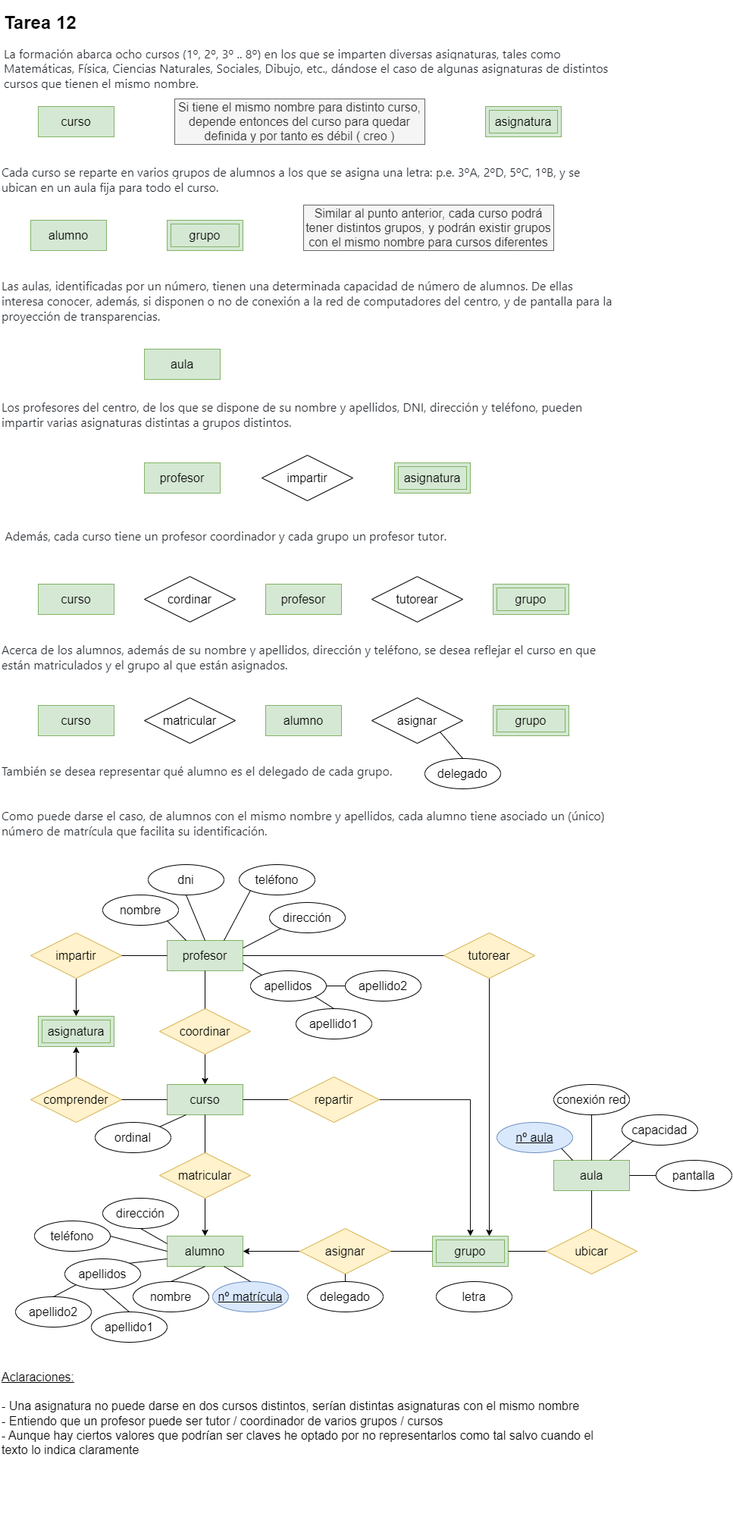
This is tareasER/tarea12.png from javigh193/bae, a draw.io export, as it was before one commit. Source tidied: cells renumbered, new cells last; positions are measured from the earlier drawing's top-left corner, leaving out a move shared by most shapes.
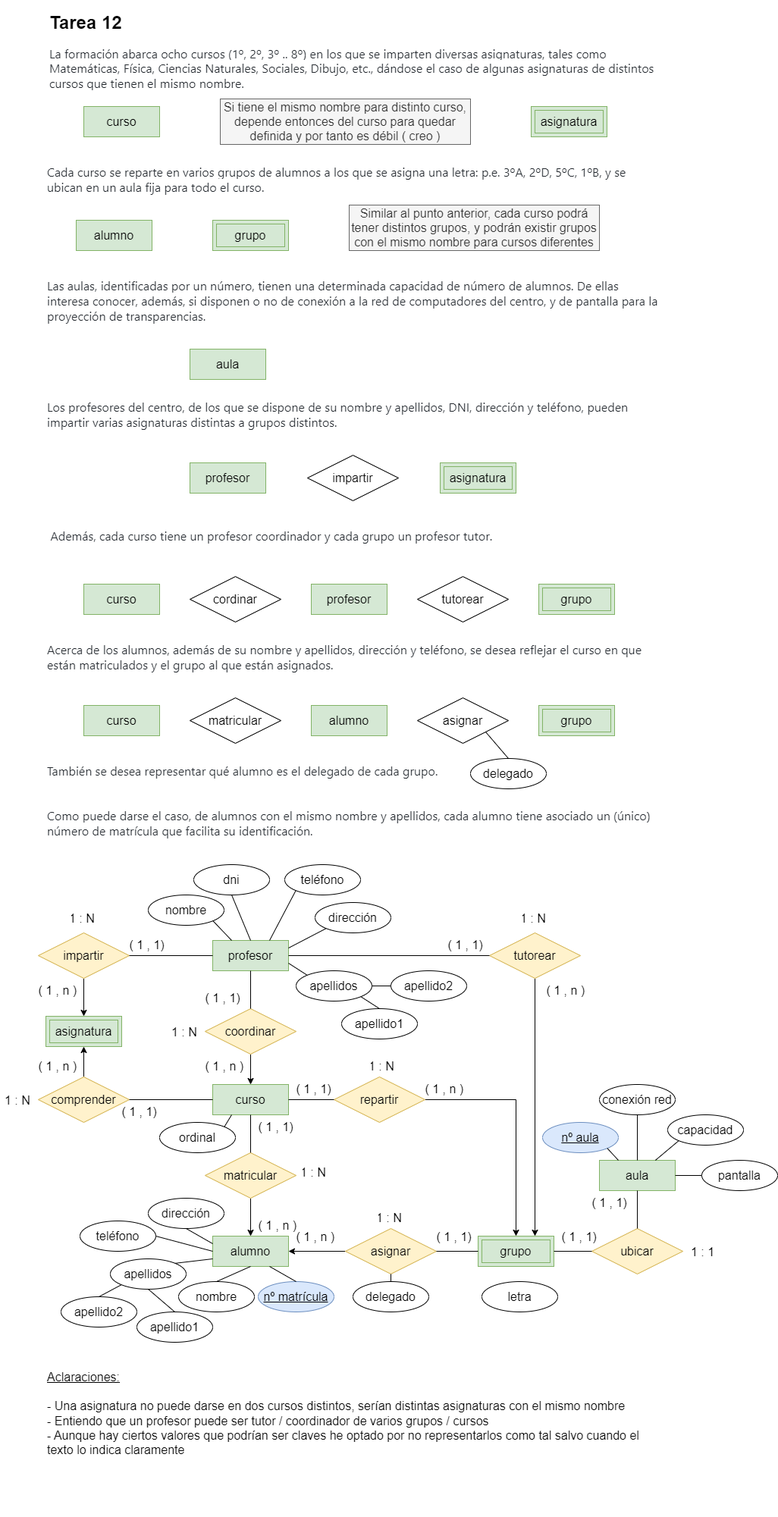
Later version of the same file.

What changed in the source:
```diff
@@ -105,13 +105,13 @@
       <mxGeometry x="520" y="600" width="100" height="40" as="geometry" />
     </mxCell>
     <mxCell id="36" value="asignatura" style="shape=ext;margin=3;double=1;whiteSpace=wrap;html=1;align=center;fontSize=16;fillColor=#d5e8d4;strokeColor=#82b366;" parent="1" vertex="1">
-      <mxGeometry x="50" y="1330" width="100" height="40" as="geometry" />
+      <mxGeometry y="1330" width="100" height="40" as="geometry" />
     </mxCell>
     <mxCell id="37" style="edgeStyle=orthogonalEdgeStyle;rounded=0;jettySize=auto;html=1;entryX=0.5;entryY=1;entryDx=0;entryDy=0;fontSize=16;" parent="1" edge="1" source="38" target="36">
       <mxGeometry relative="1" as="geometry" />
     </mxCell>
     <mxCell id="38" value="comprender" style="shape=rhombus;perimeter=rhombusPerimeter;whiteSpace=wrap;html=1;align=center;fontSize=16;fillColor=#fff2cc;strokeColor=#d6b656;" parent="1" vertex="1">
-      <mxGeometry x="40" y="1410" width="120" height="60" as="geometry" />
+      <mxGeometry x="-10" y="1410" width="120" height="60" as="geometry" />
     </mxCell>
     <mxCell id="39" style="edgeStyle=orthogonalEdgeStyle;rounded=0;jettySize=auto;html=1;fontSize=16;" parent="1" edge="1" source="40" target="44">
       <mxGeometry relative="1" as="geometry" />
@@ -147,7 +147,7 @@
       <mxGeometry relative="1" as="geometry" />
     </mxCell>
     <mxCell id="50" value="impartir" style="shape=rhombus;perimeter=rhombusPerimeter;whiteSpace=wrap;html=1;align=center;fontSize=16;fillColor=#fff2cc;strokeColor=#d6b656;" parent="1" vertex="1">
-      <mxGeometry x="40" y="1220" width="120" height="60" as="geometry" />
+      <mxGeometry x="-10" y="1220" width="120" height="60" as="geometry" />
     </mxCell>
     <mxCell id="51" style="edgeStyle=orthogonalEdgeStyle;rounded=0;jettySize=auto;html=1;entryX=0.5;entryY=0;entryDx=0;entryDy=0;fontSize=16;" parent="1" edge="1" source="52" target="31">
       <mxGeometry relative="1" as="geometry" />
@@ -234,7 +234,7 @@
       <mxGeometry relative="1" as="geometry" />
     </mxCell>
     <mxCell id="79" value="ordinal" style="ellipse;whiteSpace=wrap;html=1;align=center;sketch=0;fontSize=16;fontStyle=0;" parent="1" vertex="1">
-      <mxGeometry x="125" y="1470" width="100" height="40" as="geometry" />
+      <mxGeometry x="150" y="1470" width="100" height="40" as="geometry" />
     </mxCell>
     <mxCell id="80" style="endArrow=none;html=1;rounded=0;fontSize=16;exitX=1;exitY=0;exitDx=0;exitDy=0;" parent="1" edge="1" source="79">
       <mxGeometry relative="1" as="geometry">
@@ -310,5 +310,77 @@
     <mxCell id="103" style="endArrow=none;html=1;rounded=0;fontSize=16;exitX=1;exitY=1;exitDx=0;exitDy=0;entryX=0.25;entryY=0;entryDx=0;entryDy=0;" parent="1" edge="1" source="90" target="48">
       <mxGeometry relative="1" as="geometry" />
     </mxCell>
+    <mxCell id="104" value=" ( 1 , 1)" style="text;strokeColor=none;fillColor=none;spacingLeft=4;spacingRight=4;overflow=hidden;fontSize=16;sketch=0;" parent="1" vertex="1">
+      <mxGeometry x="90" y="1440" width="70" height="30" as="geometry" />
+    </mxCell>
+    <mxCell id="105" value=" ( 1 , 1)" style="text;strokeColor=none;fillColor=none;spacingLeft=4;spacingRight=4;overflow=hidden;fontSize=16;sketch=0;" parent="1" vertex="1">
+      <mxGeometry x="710" y="1560" width="70" height="30" as="geometry" />
+    </mxCell>
+    <mxCell id="106" value=" ( 1 , 1)" style="text;strokeColor=none;fillColor=none;spacingLeft=4;spacingRight=4;overflow=hidden;fontSize=16;sketch=0;" parent="1" vertex="1">
+      <mxGeometry x="670" y="1605" width="70" height="30" as="geometry" />
+    </mxCell>
+    <mxCell id="107" value=" ( 1 , 1)" style="text;strokeColor=none;fillColor=none;spacingLeft=4;spacingRight=4;overflow=hidden;fontSize=16;sketch=0;" parent="1" vertex="1">
+      <mxGeometry x="520" y="1220" width="70" height="30" as="geometry" />
+    </mxCell>
+    <mxCell id="108" value=" ( 1 , 1)" style="text;strokeColor=none;fillColor=none;spacingLeft=4;spacingRight=4;overflow=hidden;fontSize=16;sketch=0;" parent="1" vertex="1">
+      <mxGeometry x="100" y="1220" width="70" height="30" as="geometry" />
+    </mxCell>
+    <mxCell id="109" value=" ( 1 , 1)" style="text;strokeColor=none;fillColor=none;spacingLeft=4;spacingRight=4;overflow=hidden;fontSize=16;sketch=0;" parent="1" vertex="1">
+      <mxGeometry x="270" y="1460" width="70" height="30" as="geometry" />
+    </mxCell>
+    <mxCell id="110" value=" ( 1 , 1)" style="text;strokeColor=none;fillColor=none;spacingLeft=4;spacingRight=4;overflow=hidden;fontSize=16;sketch=0;" parent="1" vertex="1">
+      <mxGeometry x="505" y="1605" width="70" height="30" as="geometry" />
+    </mxCell>
+    <mxCell id="111" value=" ( 1 , 1)" style="text;strokeColor=none;fillColor=none;spacingLeft=4;spacingRight=4;overflow=hidden;fontSize=16;sketch=0;" parent="1" vertex="1">
+      <mxGeometry x="200" y="1290" width="70" height="30" as="geometry" />
+    </mxCell>
+    <mxCell id="112" value=" ( 1 , 1)" style="text;strokeColor=none;fillColor=none;spacingLeft=4;spacingRight=4;overflow=hidden;fontSize=16;sketch=0;" parent="1" vertex="1">
+      <mxGeometry x="320" y="1410" width="70" height="30" as="geometry" />
+    </mxCell>
+    <mxCell id="113" value=" ( 1 , n )" style="text;strokeColor=none;fillColor=none;spacingLeft=4;spacingRight=4;overflow=hidden;fontSize=16;sketch=0;" parent="1" vertex="1">
+      <mxGeometry x="320" y="1605" width="70" height="30" as="geometry" />
+    </mxCell>
+    <mxCell id="114" value=" ( 1 , n )" style="text;strokeColor=none;fillColor=none;spacingLeft=4;spacingRight=4;overflow=hidden;fontSize=16;sketch=0;" parent="1" vertex="1">
+      <mxGeometry x="490" y="1410" width="70" height="30" as="geometry" />
+    </mxCell>
+    <mxCell id="115" value=" ( 1 , n )" style="text;strokeColor=none;fillColor=none;spacingLeft=4;spacingRight=4;overflow=hidden;fontSize=16;sketch=0;" parent="1" vertex="1">
+      <mxGeometry x="-20" y="1380" width="70" height="30" as="geometry" />
+    </mxCell>
+    <mxCell id="116" value=" ( 1 , n )" style="text;strokeColor=none;fillColor=none;spacingLeft=4;spacingRight=4;overflow=hidden;fontSize=16;sketch=0;" parent="1" vertex="1">
+      <mxGeometry x="-20" y="1280" width="70" height="30" as="geometry" />
+    </mxCell>
+    <mxCell id="117" value=" ( 1 , n )" style="text;strokeColor=none;fillColor=none;spacingLeft=4;spacingRight=4;overflow=hidden;fontSize=16;sketch=0;" parent="1" vertex="1">
+      <mxGeometry x="270" y="1590" width="70" height="30" as="geometry" />
+    </mxCell>
+    <mxCell id="118" value=" ( 1 , n )" style="text;strokeColor=none;fillColor=none;spacingLeft=4;spacingRight=4;overflow=hidden;fontSize=16;sketch=0;" parent="1" vertex="1">
+      <mxGeometry x="200" y="1380" width="70" height="30" as="geometry" />
+    </mxCell>
+    <mxCell id="119" value=" ( 1 , n )" style="text;strokeColor=none;fillColor=none;spacingLeft=4;spacingRight=4;overflow=hidden;fontSize=16;sketch=0;" parent="1" vertex="1">
+      <mxGeometry x="650" y="1280" width="70" height="30" as="geometry" />
+    </mxCell>
+    <mxCell id="120" value="1 : N" style="text;strokeColor=none;fillColor=none;spacingLeft=4;spacingRight=4;overflow=hidden;fontSize=16;sketch=0;" parent="1" vertex="1">
+      <mxGeometry x="330" y="1520" width="50" height="30" as="geometry" />
+    </mxCell>
+    <mxCell id="121" value="1 : 1" style="text;strokeColor=none;fillColor=none;spacingLeft=4;spacingRight=4;overflow=hidden;fontSize=16;sketch=0;" parent="1" vertex="1">
+      <mxGeometry x="845" y="1625" width="50" height="30" as="geometry" />
+    </mxCell>
+    <mxCell id="122" value="1 : N" style="text;strokeColor=none;fillColor=none;spacingLeft=4;spacingRight=4;overflow=hidden;fontSize=16;sketch=0;" parent="1" vertex="1">
+      <mxGeometry x="160" y="1335" width="50" height="30" as="geometry" />
+    </mxCell>
+    <mxCell id="123" value="1 : N" style="text;strokeColor=none;fillColor=none;spacingLeft=4;spacingRight=4;overflow=hidden;fontSize=16;sketch=0;" parent="1" vertex="1">
+      <mxGeometry x="25" y="1185" width="50" height="30" as="geometry" />
+    </mxCell>
+    <mxCell id="124" value="1 : N" style="text;strokeColor=none;fillColor=none;spacingLeft=4;spacingRight=4;overflow=hidden;fontSize=16;sketch=0;" parent="1" vertex="1">
+      <mxGeometry x="620" y="1185" width="50" height="30" as="geometry" />
+    </mxCell>
+    <mxCell id="125" value="1 : N" style="text;strokeColor=none;fillColor=none;spacingLeft=4;spacingRight=4;overflow=hidden;fontSize=16;sketch=0;" parent="1" vertex="1">
+      <mxGeometry x="430" y="1580" width="50" height="30" as="geometry" />
+    </mxCell>
+    <mxCell id="126" value="1 : N" style="text;strokeColor=none;fillColor=none;spacingLeft=4;spacingRight=4;overflow=hidden;fontSize=16;sketch=0;" parent="1" vertex="1">
+      <mxGeometry x="420" y="1380" width="50" height="30" as="geometry" />
+    </mxCell>
+    <mxCell id="127" value="1 : N" style="text;strokeColor=none;fillColor=none;spacingLeft=4;spacingRight=4;overflow=hidden;fontSize=16;sketch=0;" parent="1" vertex="1">
+      <mxGeometry x="-60" y="1425" width="50" height="30" as="geometry" />
+    </mxCell>
   </root>
 </mxGraphModel>
```
